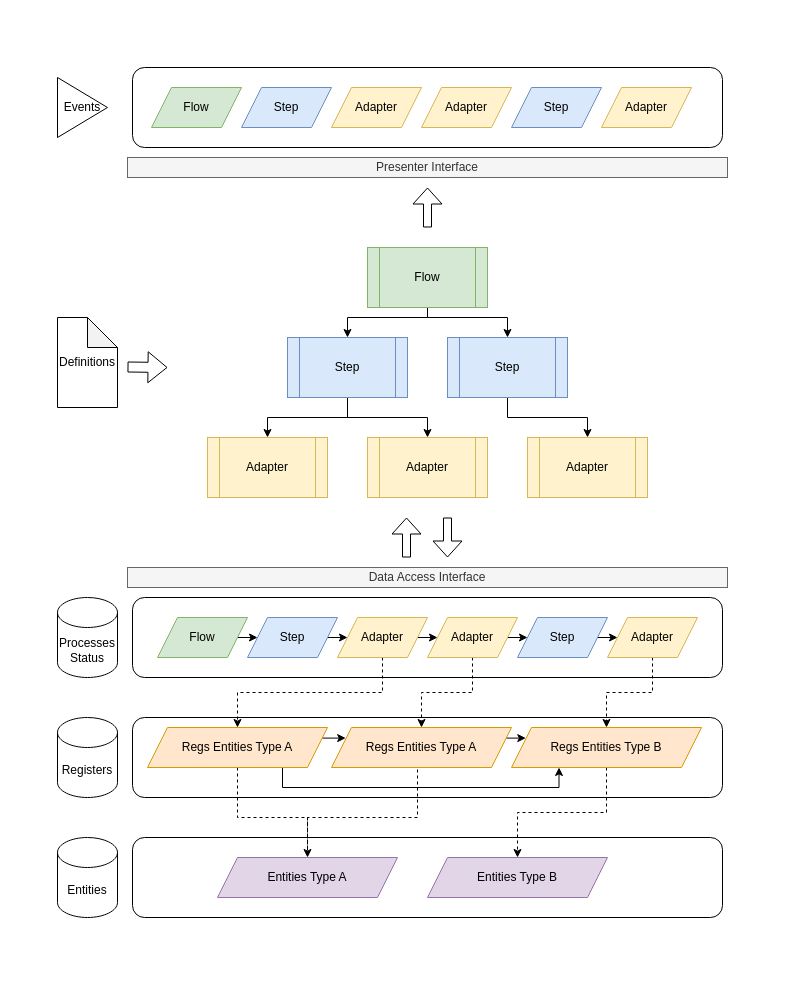
Earlier version of the draw.io diagram doc/Architecture.drawio (AsierEHU/etl-node-fw). Source tidied: cells renumbered, new cells numbered last; positions are measured from the earlier drawing's top-left corner, leaving out a move shared by most shapes. Both pictures are drawn from the tidied source at 100%, with x=0, y=0 at pixel (57, 67).
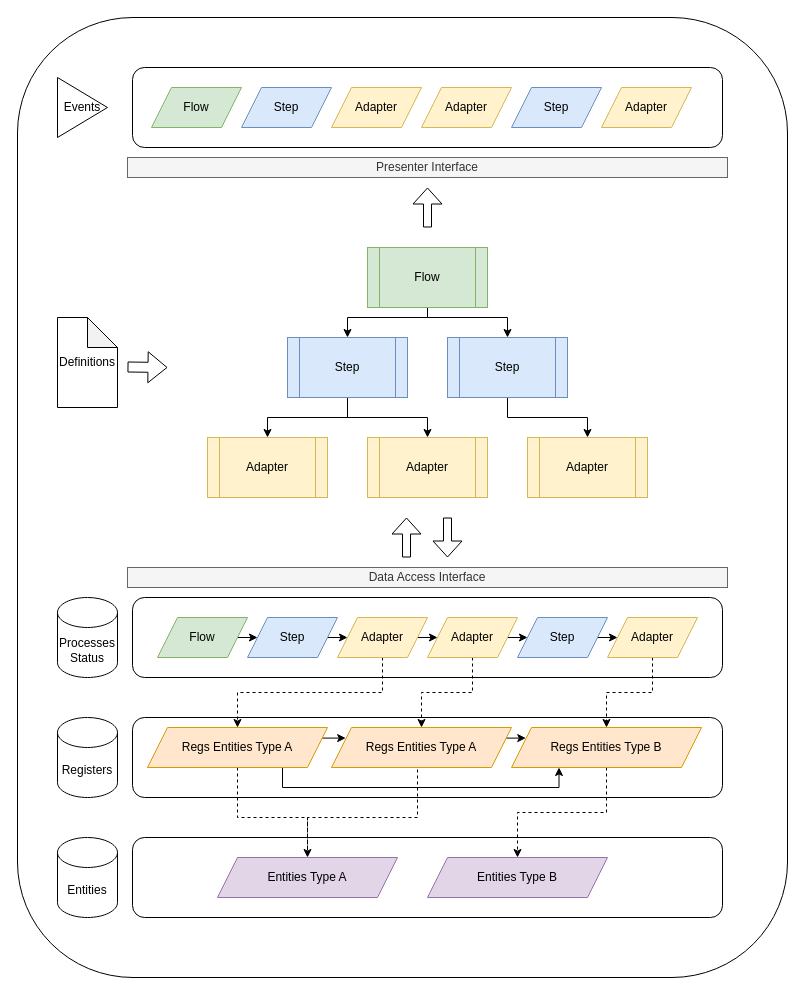
The same page after the edit.

Diff of the diagram source:
```diff
@@
+    <mxCell id="59" style="rounded=1;whiteSpace=wrap;html=1;" parent="1" vertex="1">
+      <mxGeometry x="-40" y="-50" width="770" height="960" as="geometry" />
+    </mxCell>
```
